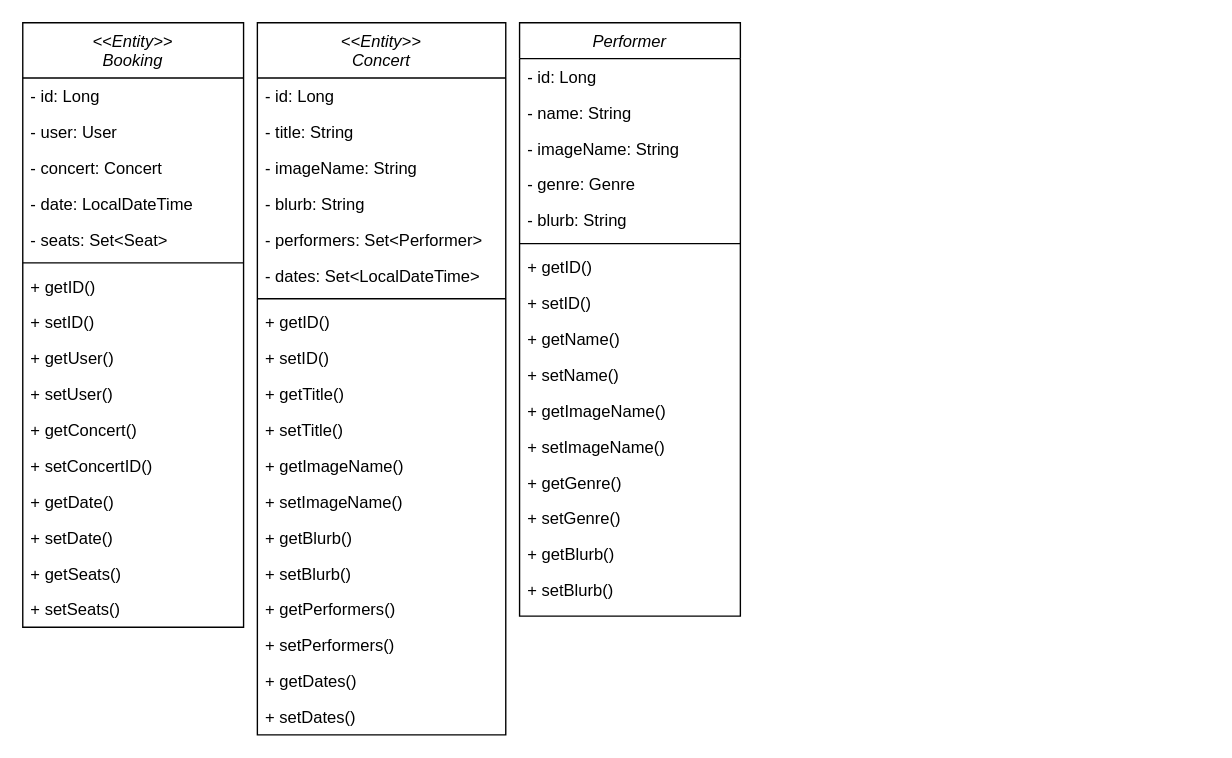
Earlier version of the draw.io diagram Concert Project Class Diagram.drawio (jsokhon/CS331-Team-Project). Source tidied: cells renumbered, new cells numbered last; positions are measured from the earlier drawing's top-left corner, leaving out a move shared by most shapes. Both pictures are drawn from the tidied source at 138%, with x=0, y=0 at pixel (22, 22).
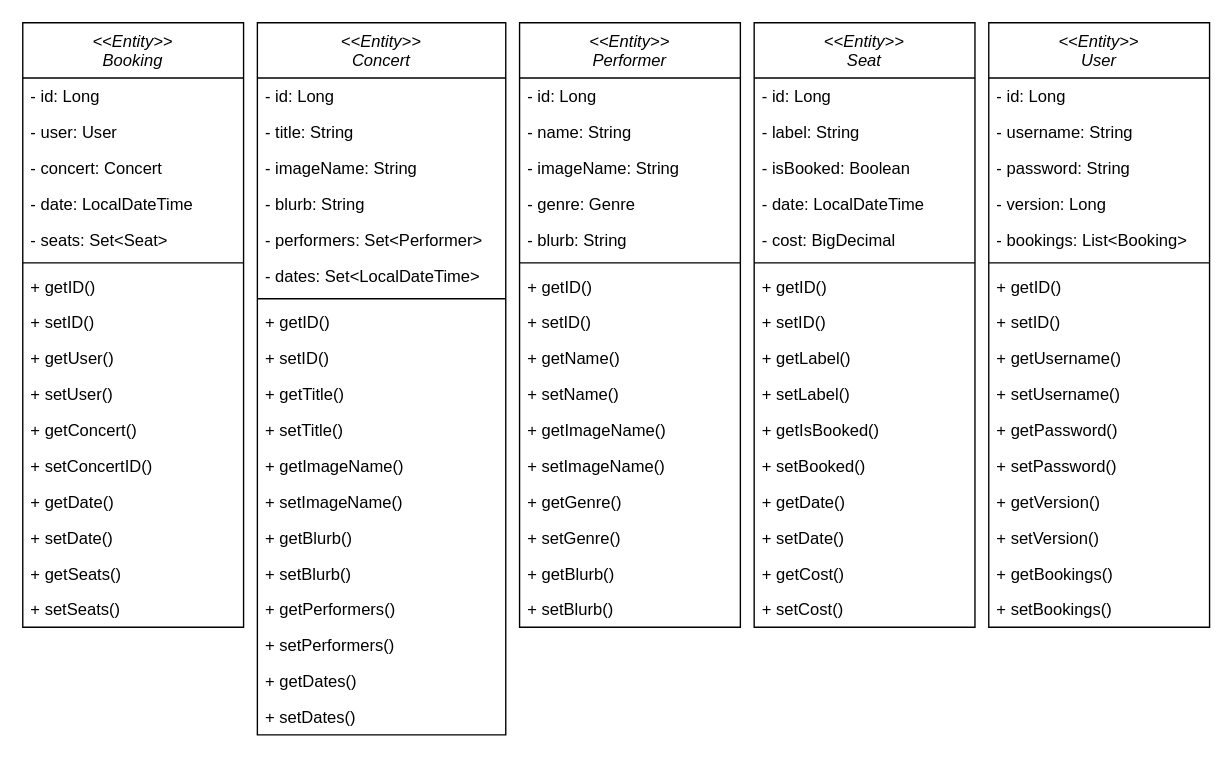
The same page after the edit.

Change to the diagram source:
```diff
@@
-    <mxCell id="39" value="Performer" style="swimlane;fontStyle=2;align=center;verticalAlign=top;horizontal=1;startSize=26;rounded=0;shadow=0;strokeWidth=1;" parent="1" vertex="1">
-      <mxGeometry x="360" width="160" height="430" as="geometry" />
+    <mxCell id="39" value="&lt;&lt;Entity&gt;&gt;&#10;Performer" style="swimlane;fontStyle=2;align=center;verticalAlign=top;horizontal=1;startSize=40;rounded=0;shadow=0;strokeWidth=1;" parent="1" vertex="1">
+      <mxGeometry x="360" width="160" height="438" as="geometry" />
     </mxCell>
     <mxCell id="40" value="- id: Long" style="text;align=left;verticalAlign=top;spacingLeft=4;spacingRight=4;overflow=hidden;" parent="39" vertex="1">
-      <mxGeometry y="26" width="160" height="26" as="geometry" />
+      <mxGeometry y="40" width="160" height="26" as="geometry" />
     </mxCell>
     <mxCell id="41" value="- name: String" style="text;align=left;verticalAlign=top;spacingLeft=4;spacingRight=4;overflow=hidden;rounded=0;shadow=0;html=0;" parent="39" vertex="1">
-      <mxGeometry y="52" width="160" height="26" as="geometry" />
+      <mxGeometry y="66" width="160" height="26" as="geometry" />
     </mxCell>
     <mxCell id="42" value="- imageName: String&#10;" style="text;align=left;verticalAlign=top;spacingLeft=4;spacingRight=4;overflow=hidden;rounded=0;shadow=0;html=0;" parent="39" vertex="1">
-      <mxGeometry y="78" width="160" height="26" as="geometry" />
+      <mxGeometry y="92" width="160" height="26" as="geometry" />
     </mxCell>
     <mxCell id="43" value="- genre: Genre" style="text;align=left;verticalAlign=top;spacingLeft=4;spacingRight=4;overflow=hidden;rounded=0;shadow=0;html=0;" parent="39" vertex="1">
-      <mxGeometry y="104" width="160" height="26" as="geometry" />
+      <mxGeometry y="118" width="160" height="26" as="geometry" />
     </mxCell>
     <mxCell id="44" value="- blurb: String" style="text;align=left;verticalAlign=top;spacingLeft=4;spacingRight=4;overflow=hidden;rounded=0;shadow=0;html=0;" parent="39" vertex="1">
-      <mxGeometry y="130" width="160" height="26" as="geometry" />
+      <mxGeometry y="144" width="160" height="26" as="geometry" />
     </mxCell>
     <mxCell id="45" style="line;html=1;strokeWidth=1;align=left;verticalAlign=middle;spacingTop=-1;spacingLeft=3;spacingRight=3;labelPosition=right;" parent="39" vertex="1">
-      <mxGeometry y="156" width="160" height="8" as="geometry" />
+      <mxGeometry y="170" width="160" height="8" as="geometry" />
     </mxCell>
     <mxCell id="46" value="+ getID()" style="text;align=left;verticalAlign=top;spacingLeft=4;spacingRight=4;overflow=hidden;rounded=0;shadow=0;html=0;" parent="39" vertex="1">
-      <mxGeometry y="164" width="160" height="26" as="geometry" />
+      <mxGeometry y="178" width="160" height="26" as="geometry" />
     </mxCell>
     <mxCell id="47" value="+ setID()" style="text;align=left;verticalAlign=top;spacingLeft=4;spacingRight=4;overflow=hidden;rounded=0;shadow=0;html=0;" parent="39" vertex="1">
-      <mxGeometry y="190" width="160" height="26" as="geometry" />
+      <mxGeometry y="204" width="160" height="26" as="geometry" />
     </mxCell>
     <mxCell id="48" value="+ getName()" style="text;align=left;verticalAlign=top;spacingLeft=4;spacingRight=4;overflow=hidden;rounded=0;shadow=0;html=0;" parent="39" vertex="1">
-      <mxGeometry y="216" width="160" height="26" as="geometry" />
+      <mxGeometry y="230" width="160" height="26" as="geometry" />
     </mxCell>
     <mxCell id="49" value="+ setName()" style="text;align=left;verticalAlign=top;spacingLeft=4;spacingRight=4;overflow=hidden;rounded=0;shadow=0;html=0;" parent="39" vertex="1">
-      <mxGeometry y="242" width="160" height="26" as="geometry" />
+      <mxGeometry y="256" width="160" height="26" as="geometry" />
     </mxCell>
     <mxCell id="50" value="+ getImageName()" style="text;align=left;verticalAlign=top;spacingLeft=4;spacingRight=4;overflow=hidden;rounded=0;shadow=0;html=0;" parent="39" vertex="1">
-      <mxGeometry y="268" width="160" height="26" as="geometry" />
+      <mxGeometry y="282" width="160" height="26" as="geometry" />
     </mxCell>
     <mxCell id="51" value="+ setImageName()" style="text;align=left;verticalAlign=top;spacingLeft=4;spacingRight=4;overflow=hidden;rounded=0;shadow=0;html=0;" parent="39" vertex="1">
-      <mxGeometry y="294" width="160" height="26" as="geometry" />
+      <mxGeometry y="308" width="160" height="26" as="geometry" />
     </mxCell>
     <mxCell id="52" value="+ getGenre()" style="text;align=left;verticalAlign=top;spacingLeft=4;spacingRight=4;overflow=hidden;rounded=0;shadow=0;html=0;" parent="39" vertex="1">
-      <mxGeometry y="320" width="160" height="26" as="geometry" />
+      <mxGeometry y="334" width="160" height="26" as="geometry" />
     </mxCell>
     <mxCell id="53" value="+ setGenre()" style="text;align=left;verticalAlign=top;spacingLeft=4;spacingRight=4;overflow=hidden;rounded=0;shadow=0;html=0;" parent="39" vertex="1">
-      <mxGeometry y="346" width="160" height="26" as="geometry" />
+      <mxGeometry y="360" width="160" height="26" as="geometry" />
     </mxCell>
     <mxCell id="54" value="+ getBlurb()" style="text;align=left;verticalAlign=top;spacingLeft=4;spacingRight=4;overflow=hidden;rounded=0;shadow=0;html=0;" parent="39" vertex="1">
-      <mxGeometry y="372" width="160" height="26" as="geometry" />
+      <mxGeometry y="386" width="160" height="26" as="geometry" />
     </mxCell>
     <mxCell id="55" value="+ setBlurb()" style="text;align=left;verticalAlign=top;spacingLeft=4;spacingRight=4;overflow=hidden;rounded=0;shadow=0;html=0;" parent="39" vertex="1">
-      <mxGeometry y="398" width="160" height="26" as="geometry" />
+      <mxGeometry y="412" width="160" height="26" as="geometry" />
     </mxCell>
+    <mxCell id="56" value="&lt;&lt;Entity&gt;&gt;&#10;Seat" style="swimlane;fontStyle=2;align=center;verticalAlign=top;horizontal=1;startSize=40;rounded=0;shadow=0;strokeWidth=1;" parent="1" vertex="1">
+      <mxGeometry x="530" width="160" height="438" as="geometry" />
+    </mxCell>
+    <mxCell id="57" value="- id: Long" style="text;align=left;verticalAlign=top;spacingLeft=4;spacingRight=4;overflow=hidden;" parent="56" vertex="1">
+      <mxGeometry y="40" width="160" height="26" as="geometry" />
+    </mxCell>
+    <mxCell id="58" value="- label: String" style="text;align=left;verticalAlign=top;spacingLeft=4;spacingRight=4;overflow=hidden;rounded=0;shadow=0;html=0;" parent="56" vertex="1">
+      <mxGeometry y="66" width="160" height="26" as="geometry" />
+    </mxCell>
+    <mxCell id="59" value="- isBooked: Boolean" style="text;align=left;verticalAlign=top;spacingLeft=4;spacingRight=4;overflow=hidden;rounded=0;shadow=0;html=0;" parent="56" vertex="1">
+      <mxGeometry y="92" width="160" height="26" as="geometry" />
+    </mxCell>
+    <mxCell id="60" value="- date: LocalDateTime" style="text;align=left;verticalAlign=top;spacingLeft=4;spacingRight=4;overflow=hidden;rounded=0;shadow=0;html=0;" parent="56" vertex="1">
+      <mxGeometry y="118" width="160" height="26" as="geometry" />
+    </mxCell>
+    <mxCell id="61" value="- cost: BigDecimal" style="text;align=left;verticalAlign=top;spacingLeft=4;spacingRight=4;overflow=hidden;rounded=0;shadow=0;html=0;" parent="56" vertex="1">
+      <mxGeometry y="144" width="160" height="26" as="geometry" />
+    </mxCell>
+    <mxCell id="62" style="line;html=1;strokeWidth=1;align=left;verticalAlign=middle;spacingTop=-1;spacingLeft=3;spacingRight=3;labelPosition=right;" parent="56" vertex="1">
+      <mxGeometry y="170" width="160" height="8" as="geometry" />
+    </mxCell>
+    <mxCell id="63" value="+ getID()" style="text;align=left;verticalAlign=top;spacingLeft=4;spacingRight=4;overflow=hidden;rounded=0;shadow=0;html=0;" parent="56" vertex="1">
+      <mxGeometry y="178" width="160" height="26" as="geometry" />
+    </mxCell>
+    <mxCell id="64" value="+ setID()" style="text;align=left;verticalAlign=top;spacingLeft=4;spacingRight=4;overflow=hidden;rounded=0;shadow=0;html=0;" parent="56" vertex="1">
+      <mxGeometry y="204" width="160" height="26" as="geometry" />
+    </mxCell>
+    <mxCell id="65" value="+ getLabel()" style="text;align=left;verticalAlign=top;spacingLeft=4;spacingRight=4;overflow=hidden;rounded=0;shadow=0;html=0;" parent="56" vertex="1">
+      <mxGeometry y="230" width="160" height="26" as="geometry" />
+    </mxCell>
+    <mxCell id="66" value="+ setLabel()" style="text;align=left;verticalAlign=top;spacingLeft=4;spacingRight=4;overflow=hidden;rounded=0;shadow=0;html=0;" parent="56" vertex="1">
+      <mxGeometry y="256" width="160" height="26" as="geometry" />
+    </mxCell>
+    <mxCell id="67" value="+ getIsBooked()" style="text;align=left;verticalAlign=top;spacingLeft=4;spacingRight=4;overflow=hidden;rounded=0;shadow=0;html=0;" parent="56" vertex="1">
+      <mxGeometry y="282" width="160" height="26" as="geometry" />
+    </mxCell>
+    <mxCell id="68" value="+ setBooked()" style="text;align=left;verticalAlign=top;spacingLeft=4;spacingRight=4;overflow=hidden;rounded=0;shadow=0;html=0;" parent="56" vertex="1">
+      <mxGeometry y="308" width="160" height="26" as="geometry" />
+    </mxCell>
+    <mxCell id="69" value="+ getDate()" style="text;align=left;verticalAlign=top;spacingLeft=4;spacingRight=4;overflow=hidden;rounded=0;shadow=0;html=0;" parent="56" vertex="1">
+      <mxGeometry y="334" width="160" height="26" as="geometry" />
+    </mxCell>
+    <mxCell id="70" value="+ setDate()" style="text;align=left;verticalAlign=top;spacingLeft=4;spacingRight=4;overflow=hidden;rounded=0;shadow=0;html=0;" parent="56" vertex="1">
+      <mxGeometry y="360" width="160" height="26" as="geometry" />
+    </mxCell>
+    <mxCell id="71" value="+ getCost()" style="text;align=left;verticalAlign=top;spacingLeft=4;spacingRight=4;overflow=hidden;rounded=0;shadow=0;html=0;" parent="56" vertex="1">
+      <mxGeometry y="386" width="160" height="26" as="geometry" />
+    </mxCell>
+    <mxCell id="72" value="+ setCost()" style="text;align=left;verticalAlign=top;spacingLeft=4;spacingRight=4;overflow=hidden;rounded=0;shadow=0;html=0;" parent="56" vertex="1">
+      <mxGeometry y="412" width="160" height="26" as="geometry" />
+    </mxCell>
+    <mxCell id="73" value="&lt;&lt;Entity&gt;&gt;&#10;User" style="swimlane;fontStyle=2;align=center;verticalAlign=top;horizontal=1;startSize=40;rounded=0;shadow=0;strokeWidth=1;" parent="1" vertex="1">
+      <mxGeometry x="700" width="160" height="438" as="geometry" />
+    </mxCell>
+    <mxCell id="74" value="- id: Long" style="text;align=left;verticalAlign=top;spacingLeft=4;spacingRight=4;overflow=hidden;" parent="73" vertex="1">
+      <mxGeometry y="40" width="160" height="26" as="geometry" />
+    </mxCell>
+    <mxCell id="75" value="- username: String" style="text;align=left;verticalAlign=top;spacingLeft=4;spacingRight=4;overflow=hidden;rounded=0;shadow=0;html=0;" parent="73" vertex="1">
+      <mxGeometry y="66" width="160" height="26" as="geometry" />
+    </mxCell>
+    <mxCell id="76" value="- password: String" style="text;align=left;verticalAlign=top;spacingLeft=4;spacingRight=4;overflow=hidden;rounded=0;shadow=0;html=0;" parent="73" vertex="1">
+      <mxGeometry y="92" width="160" height="26" as="geometry" />
+    </mxCell>
+    <mxCell id="77" value="- version: Long" style="text;align=left;verticalAlign=top;spacingLeft=4;spacingRight=4;overflow=hidden;rounded=0;shadow=0;html=0;" parent="73" vertex="1">
+      <mxGeometry y="118" width="160" height="26" as="geometry" />
+    </mxCell>
+    <mxCell id="78" value="- bookings: List&lt;Booking&gt;" style="text;align=left;verticalAlign=top;spacingLeft=4;spacingRight=4;overflow=hidden;rounded=0;shadow=0;html=0;" parent="73" vertex="1">
+      <mxGeometry y="144" width="160" height="26" as="geometry" />
+    </mxCell>
+    <mxCell id="79" style="line;html=1;strokeWidth=1;align=left;verticalAlign=middle;spacingTop=-1;spacingLeft=3;spacingRight=3;labelPosition=right;" parent="73" vertex="1">
+      <mxGeometry y="170" width="160" height="8" as="geometry" />
+    </mxCell>
+    <mxCell id="80" value="+ getID()" style="text;align=left;verticalAlign=top;spacingLeft=4;spacingRight=4;overflow=hidden;rounded=0;shadow=0;html=0;" parent="73" vertex="1">
+      <mxGeometry y="178" width="160" height="26" as="geometry" />
+    </mxCell>
+    <mxCell id="81" value="+ setID()" style="text;align=left;verticalAlign=top;spacingLeft=4;spacingRight=4;overflow=hidden;rounded=0;shadow=0;html=0;" parent="73" vertex="1">
+      <mxGeometry y="204" width="160" height="26" as="geometry" />
+    </mxCell>
+    <mxCell id="82" value="+ getUsername()" style="text;align=left;verticalAlign=top;spacingLeft=4;spacingRight=4;overflow=hidden;rounded=0;shadow=0;html=0;" parent="73" vertex="1">
+      <mxGeometry y="230" width="160" height="26" as="geometry" />
+    </mxCell>
+    <mxCell id="83" value="+ setUsername()" style="text;align=left;verticalAlign=top;spacingLeft=4;spacingRight=4;overflow=hidden;rounded=0;shadow=0;html=0;" parent="73" vertex="1">
+      <mxGeometry y="256" width="160" height="26" as="geometry" />
+    </mxCell>
+    <mxCell id="84" value="+ getPassword()" style="text;align=left;verticalAlign=top;spacingLeft=4;spacingRight=4;overflow=hidden;rounded=0;shadow=0;html=0;" parent="73" vertex="1">
+      <mxGeometry y="282" width="160" height="26" as="geometry" />
+    </mxCell>
+    <mxCell id="85" value="+ setPassword()" style="text;align=left;verticalAlign=top;spacingLeft=4;spacingRight=4;overflow=hidden;rounded=0;shadow=0;html=0;" parent="73" vertex="1">
+      <mxGeometry y="308" width="160" height="26" as="geometry" />
+    </mxCell>
+    <mxCell id="86" value="+ getVersion()" style="text;align=left;verticalAlign=top;spacingLeft=4;spacingRight=4;overflow=hidden;rounded=0;shadow=0;html=0;" parent="73" vertex="1">
+      <mxGeometry y="334" width="160" height="26" as="geometry" />
+    </mxCell>
+    <mxCell id="87" value="+ setVersion()" style="text;align=left;verticalAlign=top;spacingLeft=4;spacingRight=4;overflow=hidden;rounded=0;shadow=0;html=0;" parent="73" vertex="1">
+      <mxGeometry y="360" width="160" height="26" as="geometry" />
+    </mxCell>
+    <mxCell id="88" value="+ getBookings()" style="text;align=left;verticalAlign=top;spacingLeft=4;spacingRight=4;overflow=hidden;rounded=0;shadow=0;html=0;" parent="73" vertex="1">
+      <mxGeometry y="386" width="160" height="26" as="geometry" />
+    </mxCell>
+    <mxCell id="89" value="+ setBookings()" style="text;align=left;verticalAlign=top;spacingLeft=4;spacingRight=4;overflow=hidden;rounded=0;shadow=0;html=0;" parent="73" vertex="1">
+      <mxGeometry y="412" width="160" height="26" as="geometry" />
+    </mxCell>
```
